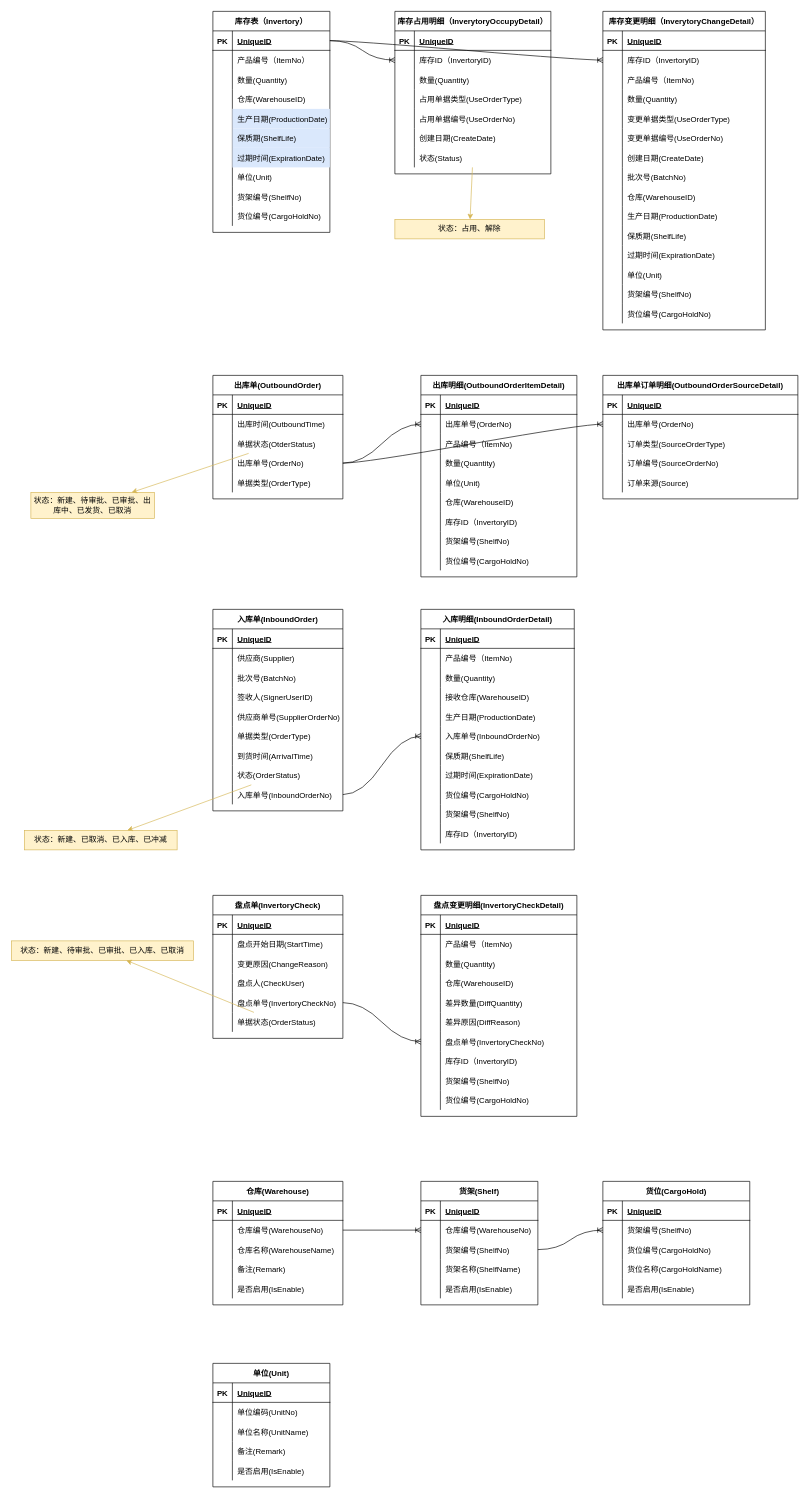
The draw.io diagram 圣千WMS第一版数据库设计.drawio in canonnk/draw.io.repository, before the edit. Source tidied: cells renumbered, new cells numbered last; positions are measured from the earlier drawing's top-left corner, leaving out a move shared by most shapes. Both pictures are drawn from the tidied source at 65%, with x=0, y=0 at pixel (11, 11).
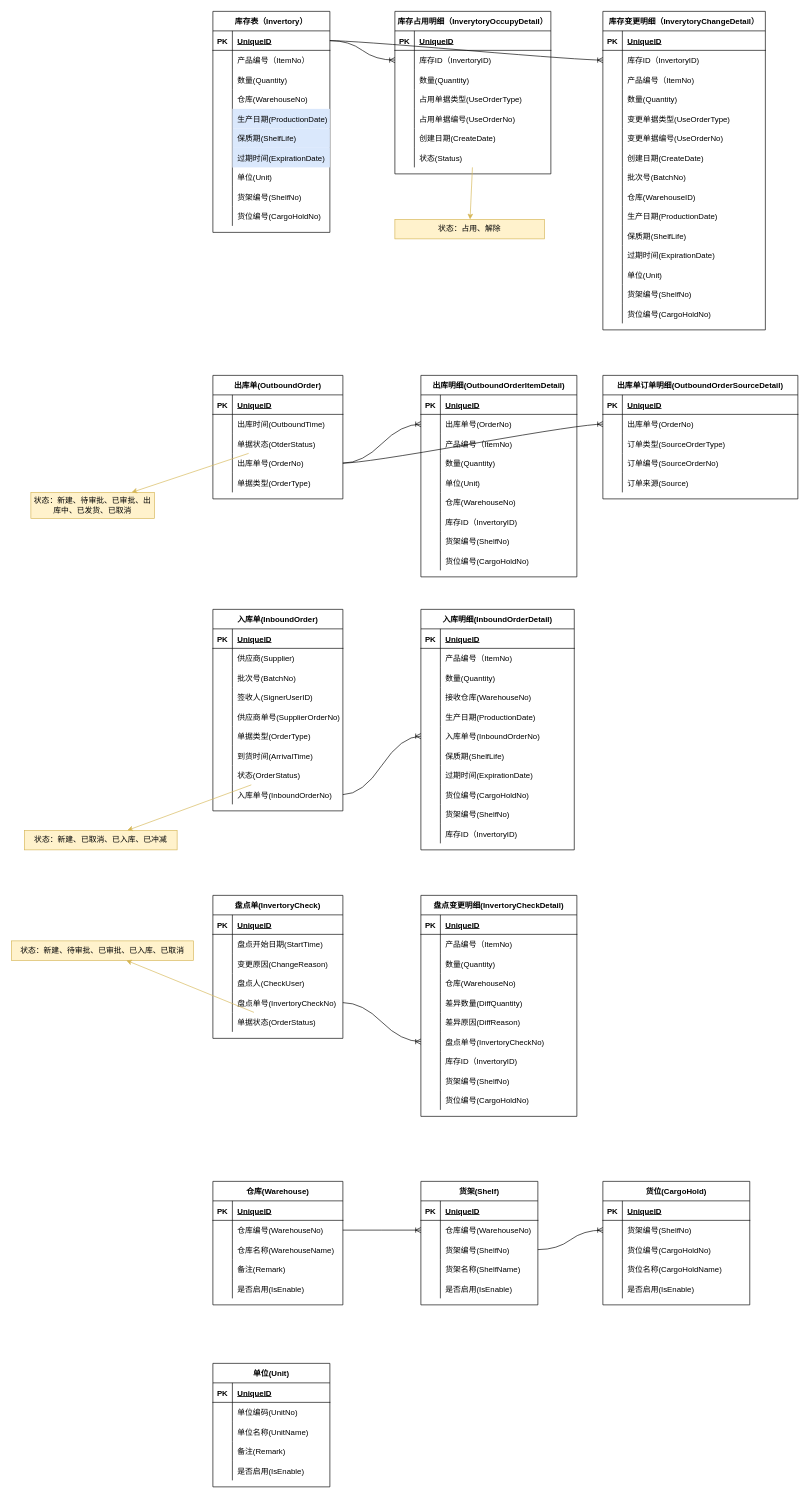
Above is the later version.

Commit message (it also covers changes not shown here):
更新圣千WMS第一版数据库设计.drawio

Unchanged cells that the change refers to:
```xml
<mxCell id="12" style="shape=partialRectangle;fillColor=none;top=0;left=0;bottom=0;right=0;" parent="2" vertex="1">
  <mxGeometry y="120" width="180" height="30" as="geometry" />
</mxCell>
<mxCell id="139" style="shape=partialRectangle;fillColor=none;top=0;left=0;bottom=0;right=0;" parent="129" vertex="1">
  <mxGeometry y="120" width="236" height="30" as="geometry" />
</mxCell>
<mxCell id="195" style="shape=partialRectangle;fillColor=none;top=0;left=0;bottom=0;right=0;" parent="179" vertex="1">
  <mxGeometry y="180" width="240" height="30" as="geometry" />
</mxCell>
<mxCell id="270" style="shape=partialRectangle;fillColor=none;top=0;left=0;bottom=0;right=0;" parent="260" vertex="1">
  <mxGeometry y="120" width="240" height="30" as="geometry" />
</mxCell>
```

Diff of the diagram source:
```diff
@@
-    <mxCell id="14" value="仓库(WarehouseID)" style="shape=partialRectangle;fillColor=none;top=0;left=0;bottom=0;right=0;align=left;spacingLeft=6;overflow=hidden;" parent="12" vertex="1">
+    <mxCell id="14" value="仓库(WarehouseNo)" style="shape=partialRectangle;fillColor=none;top=0;left=0;bottom=0;right=0;align=left;spacingLeft=6;overflow=hidden;fontColor=default;" parent="12" vertex="1">
       <mxGeometry x="30" width="150" height="30" as="geometry" />
     </mxCell>
@@
-    <mxCell id="141" value="接收仓库(WarehouseID)" style="shape=partialRectangle;fillColor=none;top=0;left=0;bottom=0;right=0;align=left;spacingLeft=6;overflow=hidden;" parent="139" vertex="1">
+    <mxCell id="141" value="接收仓库(WarehouseNo)" style="shape=partialRectangle;fillColor=none;top=0;left=0;bottom=0;right=0;align=left;spacingLeft=6;overflow=hidden;" parent="139" vertex="1">
       <mxGeometry x="30" width="206" height="30" as="geometry" />
     </mxCell>
@@
-    <mxCell id="197" value="仓库(WarehouseID)" style="shape=partialRectangle;fillColor=none;top=0;left=0;bottom=0;right=0;align=left;spacingLeft=6;overflow=hidden;" parent="195" vertex="1">
+    <mxCell id="197" value="仓库(WarehouseNo)" style="shape=partialRectangle;fillColor=none;top=0;left=0;bottom=0;right=0;align=left;spacingLeft=6;overflow=hidden;fontColor=default;" parent="195" vertex="1">
       <mxGeometry x="30" width="210" height="30" as="geometry" />
     </mxCell>
@@
-    <mxCell id="272" value="仓库(WarehouseID)" style="shape=partialRectangle;fillColor=none;top=0;left=0;bottom=0;right=0;align=left;spacingLeft=6;overflow=hidden;" parent="270" vertex="1">
+    <mxCell id="272" value="仓库(WarehouseNo)" style="shape=partialRectangle;fillColor=none;top=0;left=0;bottom=0;right=0;align=left;spacingLeft=6;overflow=hidden;fontColor=default;" parent="270" vertex="1">
       <mxGeometry x="30" width="210" height="30" as="geometry" />
     </mxCell>
```
